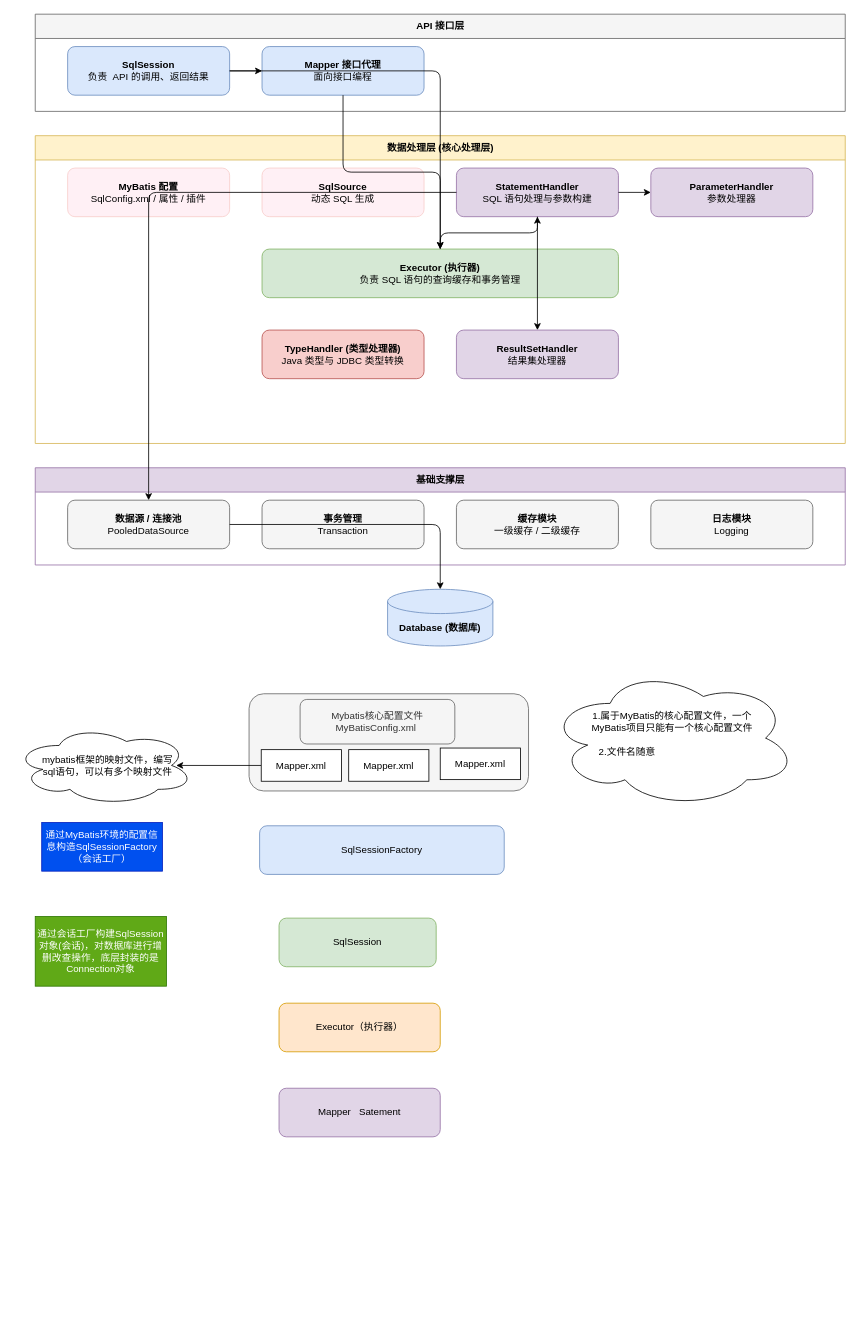
pkqzyh/pkqzyh.github.io keeps this draw.io diagram as Mybatis.drawio. Above is the earlier version. Source tidied: cells renumbered, new cells numbered last; positions are measured from the earlier drawing's top-left corner, leaving out a move shared by most shapes. Both pictures are drawn from the tidied source at 81%, with x=0, y=0 at pixel (14, 14).
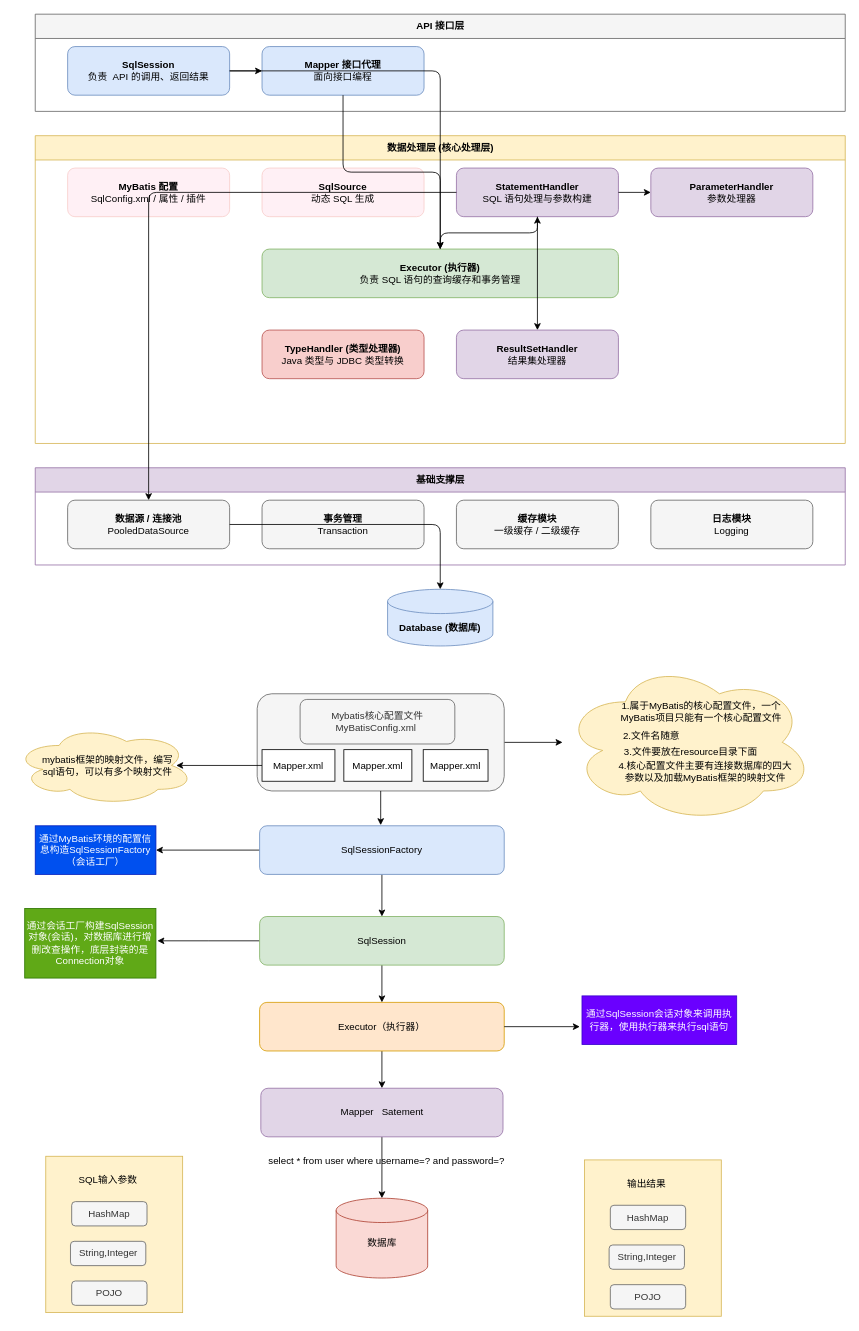
The same page after the edit.

Commit message:
更新Mybatis架构图.drawio

The change refers to these unchanged cells:
```xml
<mxCell id="28" value="SqlSessionFactory" style="rounded=1;whiteSpace=wrap;html=1;fillColor=#dae8fc;strokeColor=#6c8ebf;" parent="1" vertex="1">
  <mxGeometry x="303" y="1002" width="302" height="60" as="geometry" />
</mxCell>
```

Diff of the diagram source:
```diff
@@
-    <mxCell id="2" style="ellipse;shape=cloud;whiteSpace=wrap;html=1;" parent="1" vertex="1">
+    <mxCell id="2" style="ellipse;shape=cloud;whiteSpace=wrap;html=1;fillColor=#fff2cc;strokeColor=#d6b656;" parent="1" vertex="1">
       <mxGeometry y="878.2" width="222" height="98.5" as="geometry" />
     </mxCell>
@@
+    <mxCell id="44" style="edgeStyle=orthogonalEdgeStyle;rounded=0;jettySize=auto;html=1;entryX=0.5;entryY=0;entryDx=0;entryDy=0;" parent="1" edge="1" source="28" target="29">
+      <mxGeometry relative="1" as="geometry" />
+    </mxCell>
+    <mxCell id="45" style="edgeStyle=orthogonalEdgeStyle;rounded=0;jettySize=auto;html=1;entryX=1;entryY=0.5;entryDx=0;entryDy=0;" parent="1" edge="1" source="28" target="39">
+      <mxGeometry relative="1" as="geometry" />
+    </mxCell>
@@
+    <mxCell id="46" style="edgeStyle=orthogonalEdgeStyle;rounded=0;jettySize=auto;html=1;entryX=0.5;entryY=0;entryDx=0;entryDy=0;" parent="1" edge="1" source="29" target="30">
+      <mxGeometry relative="1" as="geometry" />
+    </mxCell>
+    <mxCell id="47" style="edgeStyle=orthogonalEdgeStyle;rounded=0;jettySize=auto;html=1;" parent="1" edge="1" source="29">
+      <mxGeometry relative="1" as="geometry">
+        <mxPoint x="176.8" y="1144" as="targetPoint" />
+      </mxGeometry>
+    </mxCell>
     <mxCell id="29" value="SqlSession" style="rounded=1;whiteSpace=wrap;html=1;fillColor=#d5e8d4;strokeColor=#82b366;" parent="1" vertex="1">
-      <mxGeometry x="327" y="1116" width="194" height="60" as="geometry" />
+      <mxGeometry x="303" y="1114" width="302" height="60" as="geometry" />
     </mxCell>
+    <mxCell id="48" style="edgeStyle=orthogonalEdgeStyle;rounded=0;jettySize=auto;html=1;entryX=0.5;entryY=0;entryDx=0;entryDy=0;" parent="1" edge="1" source="30" target="31">
+      <mxGeometry relative="1" as="geometry" />
+    </mxCell>
     <mxCell id="30" value="Executor（执行器）" style="rounded=1;whiteSpace=wrap;html=1;fillColor=#ffe6cc;strokeColor=#d79b00;" parent="1" vertex="1">
-      <mxGeometry x="327" y="1221" width="199" height="60" as="geometry" />
+      <mxGeometry x="303" y="1220" width="302" height="60" as="geometry" />
     </mxCell>
+    <mxCell id="49" style="edgeStyle=orthogonalEdgeStyle;rounded=0;jettySize=auto;html=1;" parent="1" edge="1" source="31" target="55">
+      <mxGeometry relative="1" as="geometry" />
+    </mxCell>
     <mxCell id="31" value="Mapper&amp;nbsp; &amp;nbsp;Satement" style="rounded=1;whiteSpace=wrap;html=1;fillColor=#e1d5e7;strokeColor=#9673a6;" parent="1" vertex="1">
-      <mxGeometry x="327" y="1326" width="199" height="60" as="geometry" />
+      <mxGeometry x="304.5" y="1326" width="299" height="60" as="geometry" />
     </mxCell>
+    <mxCell id="50" style="edgeStyle=orthogonalEdgeStyle;rounded=0;jettySize=auto;html=1;" parent="1" edge="1" source="32" target="41">
+      <mxGeometry relative="1" as="geometry" />
+    </mxCell>
     <mxCell id="32" style="rounded=1;whiteSpace=wrap;html=1;fillColor=#f5f5f5;fontColor=#333333;strokeColor=#666666;" parent="1" vertex="1">
-      <mxGeometry x="290" y="839" width="345" height="120" as="geometry" />
+      <mxGeometry x="300" y="839" width="305" height="120" as="geometry" />
     </mxCell>
@@
     <mxCell id="35" value="Mapper.xml" style="rounded=0;whiteSpace=wrap;html=1;" parent="1" vertex="1">
-      <mxGeometry x="305" y="908" width="99" height="39" as="geometry" />
+      <mxGeometry x="306" y="908" width="90" height="39" as="geometry" />
     </mxCell>
     <mxCell id="36" value="Mapper.xml" style="rounded=0;whiteSpace=wrap;html=1;" parent="1" vertex="1">
-      <mxGeometry x="413" y="908" width="99" height="39" as="geometry" />
+      <mxGeometry x="407" y="908" width="84" height="39" as="geometry" />
     </mxCell>
     <mxCell id="37" value="Mapper.xml" style="rounded=0;whiteSpace=wrap;html=1;" parent="1" vertex="1">
-      <mxGeometry x="526" y="906" width="99" height="39" as="geometry" />
+      <mxGeometry x="505" y="908" width="80" height="39" as="geometry" />
     </mxCell>
@@
     <mxCell id="39" value="通过MyBatis环境的配置信息构造SqlSessionFactory（会话工厂）" style="rounded=0;whiteSpace=wrap;html=1;fillColor=#0050ef;strokeColor=#001DBC;fontColor=#ffffff;" parent="1" vertex="1">
-      <mxGeometry x="34" y="998" width="149" height="60" as="geometry" />
+      <mxGeometry x="26" y="1002" width="149" height="60" as="geometry" />
     </mxCell>
     <mxCell id="40" value="通过会话工厂构建SqlSession对象(会话)，对数据库进行增删改查操作，底层封装的是Connection对象" style="rounded=0;whiteSpace=wrap;html=1;fillColor=#60a917;fontColor=#ffffff;strokeColor=#2D7600;" parent="1" vertex="1">
-      <mxGeometry x="26" y="1114" width="162" height="86" as="geometry" />
+      <mxGeometry x="13" y="1104" width="162" height="86" as="geometry" />
     </mxCell>
-    <mxCell id="41" style="ellipse;shape=cloud;whiteSpace=wrap;html=1;" parent="1" vertex="1">
-      <mxGeometry x="659" y="808" width="307" height="171.5" as="geometry" />
+    <mxCell id="41" style="ellipse;shape=cloud;whiteSpace=wrap;html=1;fillColor=#fff2cc;strokeColor=#d6b656;" parent="1" vertex="1">
+      <mxGeometry x="677" y="799" width="310" height="200" as="geometry" />
     </mxCell>
     <mxCell id="42" value="1.属于MyBatis的核心配置文件，一个MyBatis项目只能有一个核心配置文件" style="text;html=1;whiteSpace=wrap;align=center;verticalAlign=middle;rounded=0;" parent="1" vertex="1">
-      <mxGeometry x="711" y="858.5" width="203" height="30" as="geometry" />
+      <mxGeometry x="747" y="846" width="203" height="30" as="geometry" />
     </mxCell>
     <mxCell id="43" value="2.文件名随意" style="text;html=1;whiteSpace=wrap;strokeColor=none;fillColor=none;align=center;verticalAlign=middle;rounded=0;" parent="1" vertex="1">
-      <mxGeometry x="701" y="896" width="111.5" height="30" as="geometry" />
+      <mxGeometry x="732" y="876" width="110" height="30" as="geometry" />
     </mxCell>
+    <mxCell id="51" value="3.文件要放在resource目录下面" style="text;html=1;whiteSpace=wrap;strokeColor=none;fillColor=none;align=center;verticalAlign=middle;rounded=0;" parent="1" vertex="1">
+      <mxGeometry x="729" y="895.5" width="213" height="30" as="geometry" />
+    </mxCell>
+    <mxCell id="52" value="4.核心配置文件主要有连接数据库的四大参数以及加载MyBatis框架的映射文件" style="text;html=1;whiteSpace=wrap;strokeColor=none;fillColor=none;align=center;verticalAlign=middle;rounded=0;" parent="1" vertex="1">
+      <mxGeometry x="740" y="930" width="226.5" height="10" as="geometry" />
+    </mxCell>
+    <mxCell id="53" value="通过SqlSession会话对象来调用执行器，使用执行器来执行sql语句" style="rounded=0;whiteSpace=wrap;html=1;fillColor=#6a00ff;strokeColor=#3700CC;fontColor=#ffffff;" parent="1" vertex="1">
+      <mxGeometry x="701" y="1212" width="191" height="60" as="geometry" />
+    </mxCell>
+    <mxCell id="54" value="select * from user where username=? and password=?" style="text;html=1;whiteSpace=wrap;strokeColor=none;fillColor=none;align=center;verticalAlign=middle;rounded=0;" parent="1" vertex="1">
+      <mxGeometry x="303" y="1401" width="314" height="30" as="geometry" />
+    </mxCell>
+    <mxCell id="55" value="&lt;div&gt;数据库&lt;/div&gt;&lt;div&gt;&lt;br&gt;&lt;/div&gt;" style="shape=cylinder3;whiteSpace=wrap;html=1;boundedLbl=1;backgroundOutline=1;size=15;fillColor=#fad9d5;strokeColor=#ae4132;" parent="1" vertex="1">
+      <mxGeometry x="397.5" y="1461.8" width="113" height="98.5" as="geometry" />
+    </mxCell>
+    <mxCell id="56" style="rounded=0;whiteSpace=wrap;html=1;fillColor=#fff2cc;strokeColor=#d6b656;" parent="1" vertex="1">
+      <mxGeometry x="39" y="1410" width="169" height="193" as="geometry" />
+    </mxCell>
+    <mxCell id="57" value="SQL输入参数" style="text;html=1;whiteSpace=wrap;strokeColor=none;fillColor=none;align=center;verticalAlign=middle;rounded=0;" parent="1" vertex="1">
+      <mxGeometry x="74" y="1424" width="84" height="30" as="geometry" />
+    </mxCell>
+    <mxCell id="58" value="HashMap" style="rounded=1;whiteSpace=wrap;html=1;fillColor=#f5f5f5;strokeColor=#666666;fontColor=#333333;" parent="1" vertex="1">
+      <mxGeometry x="71" y="1466" width="93" height="30" as="geometry" />
+    </mxCell>
+    <mxCell id="59" value="String,Integer" style="rounded=1;whiteSpace=wrap;html=1;fillColor=#f5f5f5;strokeColor=#666666;fontColor=#333333;" parent="1" vertex="1">
+      <mxGeometry x="69.5" y="1515" width="93" height="30" as="geometry" />
+    </mxCell>
+    <mxCell id="60" value="POJO" style="rounded=1;whiteSpace=wrap;html=1;fillColor=#f5f5f5;strokeColor=#666666;fontColor=#333333;" parent="1" vertex="1">
+      <mxGeometry x="71" y="1564" width="93" height="30" as="geometry" />
+    </mxCell>
+    <mxCell id="61" style="rounded=0;whiteSpace=wrap;html=1;fillColor=#fff2cc;strokeColor=#d6b656;" parent="1" vertex="1">
+      <mxGeometry x="704" y="1414.5" width="169" height="193" as="geometry" />
+    </mxCell>
+    <mxCell id="62" value="输出结果" style="text;html=1;whiteSpace=wrap;strokeColor=none;fillColor=none;align=center;verticalAlign=middle;rounded=0;" parent="1" vertex="1">
+      <mxGeometry x="739" y="1428.5" width="84" height="30" as="geometry" />
+    </mxCell>
+    <mxCell id="63" value="HashMap" style="rounded=1;whiteSpace=wrap;html=1;fillColor=#f5f5f5;strokeColor=#666666;fontColor=#333333;" parent="1" vertex="1">
+      <mxGeometry x="736" y="1470.5" width="93" height="30" as="geometry" />
+    </mxCell>
+    <mxCell id="64" value="String,Integer" style="rounded=1;whiteSpace=wrap;html=1;fillColor=#f5f5f5;strokeColor=#666666;fontColor=#333333;" parent="1" vertex="1">
+      <mxGeometry x="734.5" y="1519.5" width="93" height="30" as="geometry" />
+    </mxCell>
+    <mxCell id="65" value="POJO" style="rounded=1;whiteSpace=wrap;html=1;fillColor=#f5f5f5;strokeColor=#666666;fontColor=#333333;" parent="1" vertex="1">
+      <mxGeometry x="736" y="1568.5" width="93" height="30" as="geometry" />
+    </mxCell>
+    <mxCell id="66" style="edgeStyle=orthogonalEdgeStyle;rounded=0;jettySize=auto;html=1;" parent="1" edge="1" source="32">
+      <mxGeometry relative="1" as="geometry">
+        <mxPoint x="452.5" y="1001.2" as="targetPoint" />
+      </mxGeometry>
+    </mxCell>
+    <mxCell id="67" style="edgeStyle=orthogonalEdgeStyle;rounded=0;jettySize=auto;html=1;entryX=-0.014;entryY=0.633;entryDx=0;entryDy=0;entryPerimeter=0;" parent="1" edge="1" source="30" target="53">
+      <mxGeometry relative="1" as="geometry" />
+    </mxCell>
```
